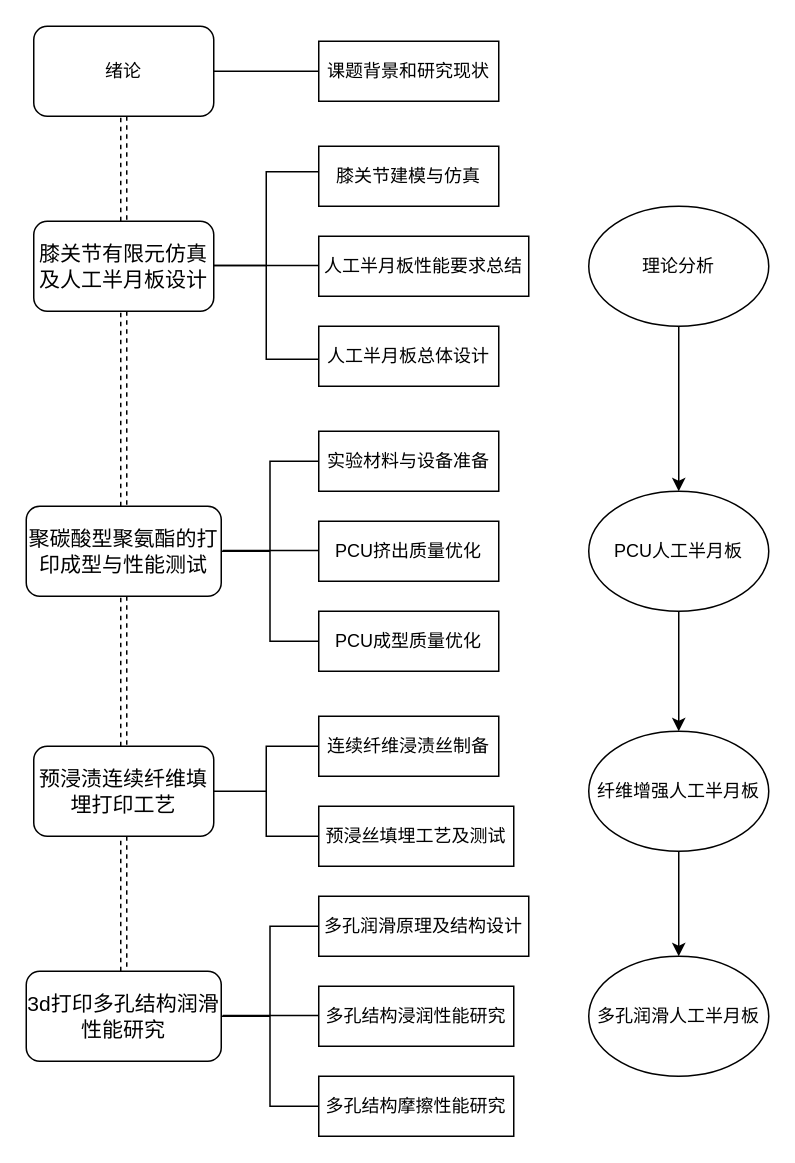
Before: pbigaper.drawio in DeloresC/draw, a draw.io diagram. Source tidied: cells renumbered, new cells numbered last; positions are measured from the earlier drawing's top-left corner, leaving out a move shared by most shapes. Both pictures are drawn from the tidied source at 150%, with x=0, y=0 at pixel (26, 26).
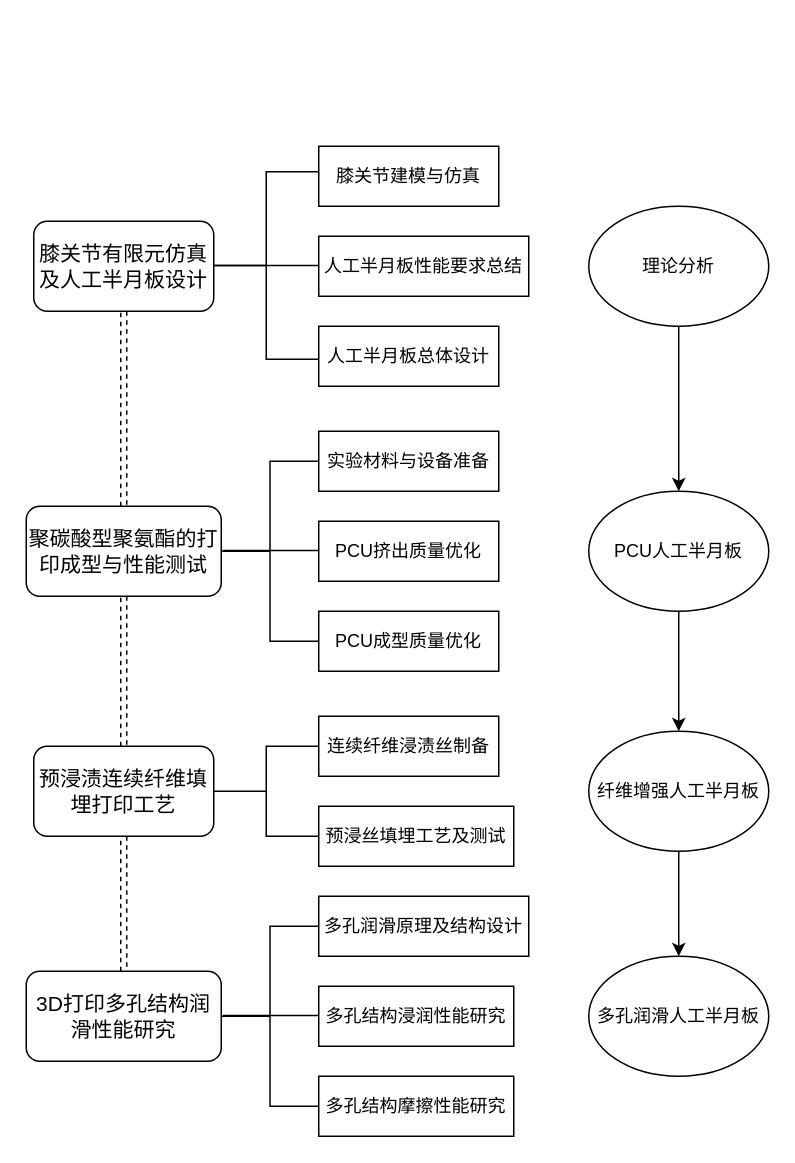
Above is the later version.

The change refers to these unchanged cells:
```xml
<mxCell id="5" value="&lt;span style=&quot;font-size: 10.5pt&quot;&gt;膝关节有限元仿真及人工半月板设计&lt;/span&gt;" style="whiteSpace=wrap;html=1;rounded=1;" parent="1" vertex="1">
  <mxGeometry x="5" y="130" width="120" height="60" as="geometry" />
</mxCell>
```

Diff of the diagram source:
```diff
@@
-    <mxCell id="2" style="edgeStyle=orthogonalEdgeStyle;rounded=0;jettySize=auto;html=1;shape=link;strokeColor=default;dashed=1;" parent="1" edge="1" source="3" target="5">
-      <mxGeometry relative="1" as="geometry" />
-    </mxCell>
-    <mxCell id="3" value="绪论" style="rounded=1;whiteSpace=wrap;html=1;" parent="1" vertex="1">
-      <mxGeometry x="5" width="120" height="60" as="geometry" />
-    </mxCell>
@@
-    <mxCell id="10" value="&lt;span lang=&quot;EN-US&quot; style=&quot;font-size: 10.5pt&quot;&gt;3d&lt;/span&gt;&lt;span style=&quot;font-size: 10.5pt&quot;&gt;打印多孔结构润滑性能研究&lt;/span&gt;" style="whiteSpace=wrap;html=1;rounded=1;" parent="1" vertex="1">
+    <mxCell id="10" value="&lt;span lang=&quot;EN-US&quot; style=&quot;font-size: 10.5pt&quot;&gt;3D&lt;/span&gt;&lt;span style=&quot;font-size: 10.5pt&quot;&gt;打印多孔结构润滑性能研究&lt;/span&gt;" style="whiteSpace=wrap;html=1;rounded=1;" parent="1" vertex="1">
       <mxGeometry y="630" width="130" height="60" as="geometry" />
     </mxCell>
-    <mxCell id="11" value="课题背景和研究现状" style="rounded=0;whiteSpace=wrap;html=1;" parent="1" vertex="1">
-      <mxGeometry x="195" y="10" width="120" height="40" as="geometry" />
-    </mxCell>
-    <mxCell id="12" style="endArrow=none;html=1;rounded=0;strokeColor=default;exitX=1;exitY=0.5;exitDx=0;exitDy=0;entryX=0;entryY=0.5;entryDx=0;entryDy=0;" parent="1" edge="1" source="3" target="11">
-      <mxGeometry relative="1" as="geometry" />
-    </mxCell>
```
